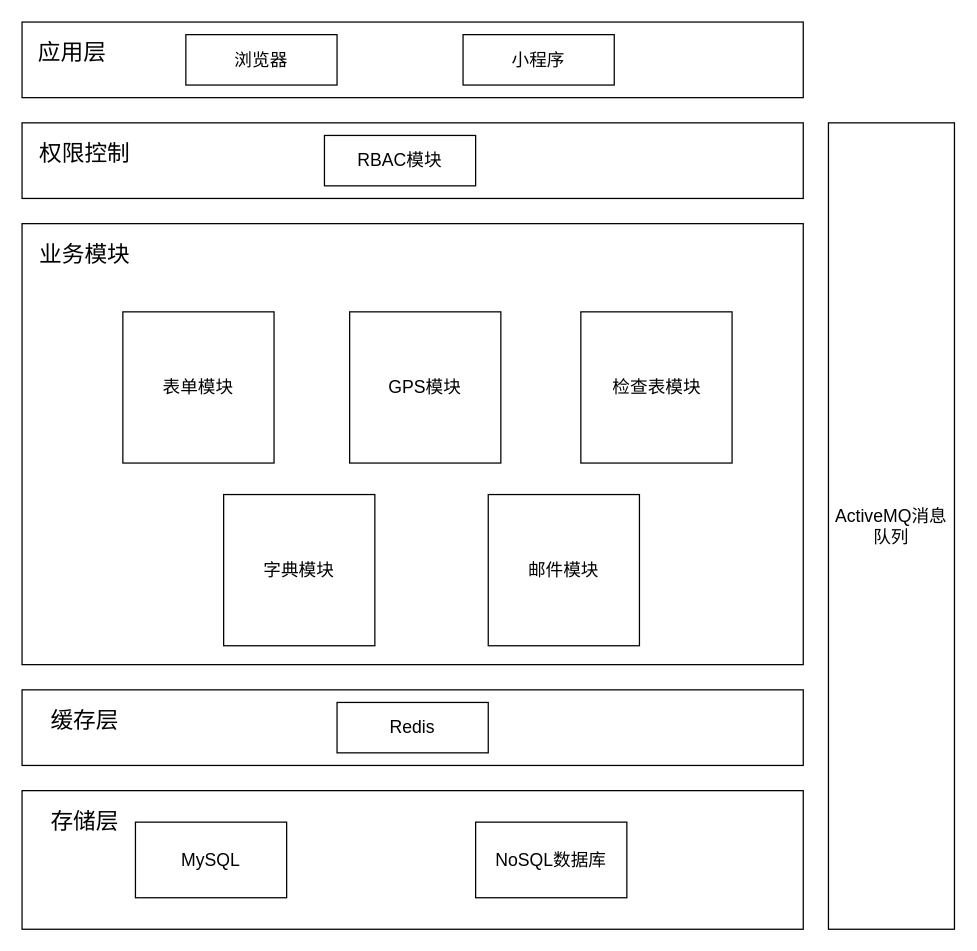
Earlier version of the draw.io diagram E6丰豪配送技术架构.drawio (FrankKirin/PM_works). Source tidied: cells renumbered, new cells numbered last; positions are measured from the earlier drawing's top-left corner, leaving out a move shared by most shapes. Both pictures are drawn from the tidied source at 126%, with x=0, y=0 at pixel (21, 21).
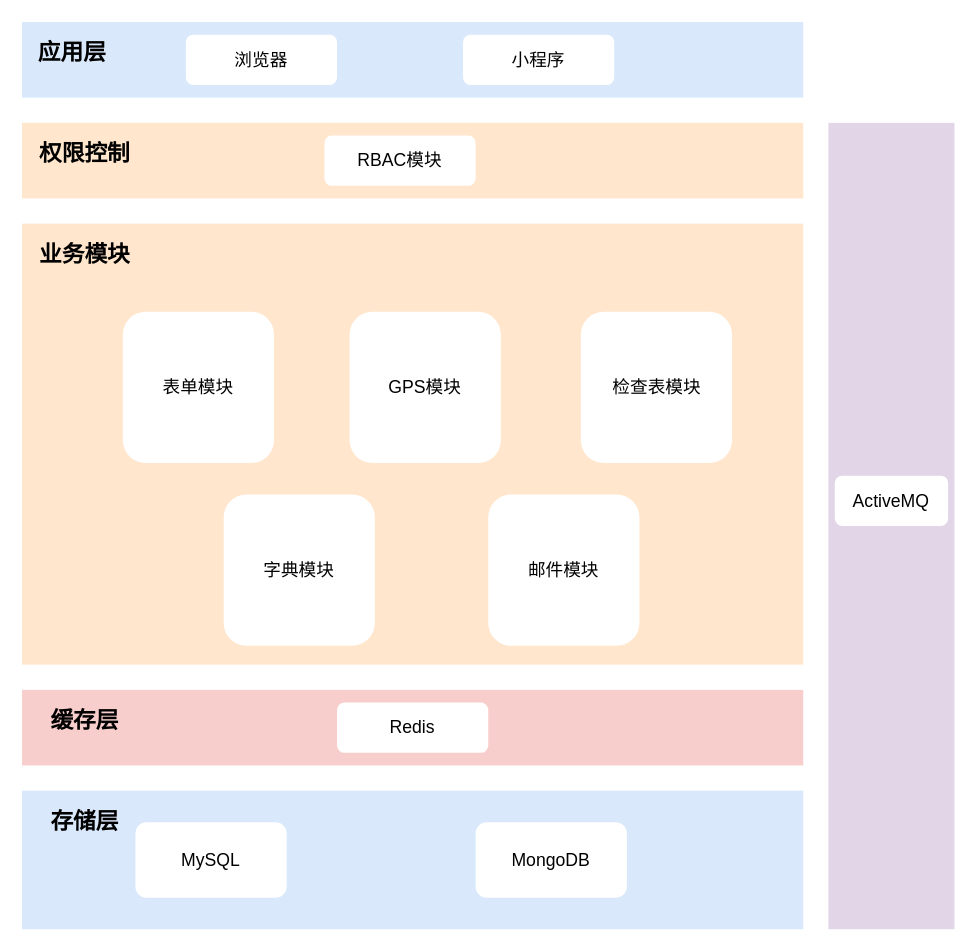
Above is the later version.

Commit message:
Update E6丰豪配送技术架构.drawio

Diff of the diagram source:
```diff
@@
-    <mxCell id="2" style="rounded=0;whiteSpace=wrap;html=1;fontSize=14;" parent="1" vertex="1">
+    <mxCell id="2" style="rounded=0;whiteSpace=wrap;html=1;fontSize=14;fillColor=#dae8fc;strokeColor=none;" parent="1" vertex="1">
       <mxGeometry width="620" height="60" as="geometry" />
     </mxCell>
-    <mxCell id="3" style="rounded=0;whiteSpace=wrap;html=1;fontSize=14;" parent="1" vertex="1">
+    <mxCell id="3" style="rounded=0;whiteSpace=wrap;html=1;fontSize=14;fillColor=#ffe6cc;strokeColor=none;" parent="1" vertex="1">
       <mxGeometry y="160" width="620" height="350" as="geometry" />
     </mxCell>
-    <mxCell id="4" value="GPS模块" style="whiteSpace=wrap;html=1;fontSize=14;" parent="1" vertex="1">
+    <mxCell id="4" value="GPS模块" style="whiteSpace=wrap;html=1;fontSize=14;strokeColor=none;rounded=1;" parent="1" vertex="1">
       <mxGeometry x="260" y="230" width="120" height="120" as="geometry" />
     </mxCell>
-    <mxCell id="5" value="检查表模块" style="whiteSpace=wrap;html=1;fontSize=14;" parent="1" vertex="1">
+    <mxCell id="5" value="检查表模块" style="whiteSpace=wrap;html=1;fontSize=14;strokeColor=none;rounded=1;" parent="1" vertex="1">
       <mxGeometry x="443.5" y="230" width="120" height="120" as="geometry" />
     </mxCell>
-    <mxCell id="6" value="表单模块" style="whiteSpace=wrap;html=1;gradientColor=none;fontSize=14;" parent="1" vertex="1">
+    <mxCell id="6" value="表单模块" style="whiteSpace=wrap;html=1;gradientColor=none;fontSize=14;strokeColor=none;rounded=1;" parent="1" vertex="1">
       <mxGeometry x="80" y="230" width="120" height="120" as="geometry" />
     </mxCell>
-    <mxCell id="7" value="字典模块" style="whiteSpace=wrap;html=1;fontSize=14;" parent="1" vertex="1">
+    <mxCell id="7" value="字典模块" style="whiteSpace=wrap;html=1;fontSize=14;strokeColor=none;rounded=1;" parent="1" vertex="1">
       <mxGeometry x="160" y="375" width="120" height="120" as="geometry" />
     </mxCell>
-    <mxCell id="8" value="邮件模块" style="whiteSpace=wrap;html=1;fontSize=14;" parent="1" vertex="1">
+    <mxCell id="8" value="邮件模块" style="whiteSpace=wrap;html=1;fontSize=14;strokeColor=none;rounded=1;" parent="1" vertex="1">
       <mxGeometry x="370" y="375" width="120" height="120" as="geometry" />
     </mxCell>
-    <mxCell id="9" style="rounded=0;whiteSpace=wrap;html=1;fontSize=14;" parent="1" vertex="1">
+    <mxCell id="9" style="rounded=0;whiteSpace=wrap;html=1;fontSize=14;fillColor=#ffe6cc;strokeColor=none;" parent="1" vertex="1">
       <mxGeometry y="80" width="620" height="60" as="geometry" />
     </mxCell>
-    <mxCell id="10" value="浏览器" style="rounded=0;whiteSpace=wrap;html=1;fontSize=14;" parent="1" vertex="1">
+    <mxCell id="10" value="浏览器" style="rounded=1;whiteSpace=wrap;html=1;fontSize=14;strokeColor=none;" parent="1" vertex="1">
       <mxGeometry x="130" y="10" width="120" height="40" as="geometry" />
     </mxCell>
-    <mxCell id="11" style="rounded=0;whiteSpace=wrap;html=1;fontSize=14;" parent="1" vertex="1">
+    <mxCell id="11" style="rounded=0;whiteSpace=wrap;html=1;fontSize=14;fillColor=#dae8fc;strokeColor=none;" parent="1" vertex="1">
       <mxGeometry y="610" width="620" height="110" as="geometry" />
     </mxCell>
-    <mxCell id="12" value="MySQL" style="rounded=0;whiteSpace=wrap;html=1;fontSize=14;" parent="1" vertex="1">
+    <mxCell id="12" value="MySQL" style="rounded=1;whiteSpace=wrap;html=1;fontSize=14;strokeColor=none;" parent="1" vertex="1">
       <mxGeometry x="90" y="635" width="120" height="60" as="geometry" />
     </mxCell>
-    <mxCell id="13" value="NoSQL数据库" style="rounded=0;whiteSpace=wrap;html=1;fontSize=14;" parent="1" vertex="1">
+    <mxCell id="13" value="MongoDB" style="rounded=1;whiteSpace=wrap;html=1;fontSize=14;strokeColor=none;" parent="1" vertex="1">
       <mxGeometry x="360" y="635" width="120" height="60" as="geometry" />
     </mxCell>
-    <mxCell id="14" value="权限控制" style="text;html=1;strokeColor=none;fillColor=none;align=center;verticalAlign=middle;whiteSpace=wrap;rounded=0;fontSize=18;" parent="1" vertex="1">
+    <mxCell id="14" value="权限控制" style="text;html=1;strokeColor=none;fillColor=none;align=center;verticalAlign=middle;whiteSpace=wrap;rounded=0;fontSize=18;fontStyle=1;" parent="1" vertex="1">
       <mxGeometry x="10" y="90" width="80" height="30" as="geometry" />
     </mxCell>
-    <mxCell id="15" value="业务模块" style="text;html=1;strokeColor=none;fillColor=none;align=center;verticalAlign=middle;whiteSpace=wrap;rounded=0;fontSize=18;" parent="1" vertex="1">
+    <mxCell id="15" value="业务模块" style="text;html=1;strokeColor=none;fillColor=none;align=center;verticalAlign=middle;whiteSpace=wrap;rounded=0;fontSize=18;fontStyle=1;" parent="1" vertex="1">
       <mxGeometry y="170" width="100" height="30" as="geometry" />
     </mxCell>
-    <mxCell id="16" style="rounded=0;whiteSpace=wrap;html=1;fontSize=14;" parent="1" vertex="1">
+    <mxCell id="16" style="rounded=0;whiteSpace=wrap;html=1;fontSize=14;fillColor=#f8cecc;strokeColor=none;" parent="1" vertex="1">
       <mxGeometry y="530" width="620" height="60" as="geometry" />
     </mxCell>
-    <mxCell id="17" value="Redis" style="rounded=0;whiteSpace=wrap;html=1;fontSize=14;" parent="1" vertex="1">
+    <mxCell id="17" value="Redis" style="rounded=1;whiteSpace=wrap;html=1;fontSize=14;strokeColor=none;" parent="1" vertex="1">
       <mxGeometry x="250" y="540" width="120" height="40" as="geometry" />
     </mxCell>
-    <mxCell id="18" value="缓存层" style="text;html=1;strokeColor=none;fillColor=none;align=center;verticalAlign=middle;whiteSpace=wrap;rounded=0;fontSize=18;" parent="1" vertex="1">
+    <mxCell id="18" value="缓存层" style="text;html=1;strokeColor=none;fillColor=none;align=center;verticalAlign=middle;whiteSpace=wrap;rounded=0;fontSize=18;fontStyle=1;" parent="1" vertex="1">
       <mxGeometry x="10" y="540" width="80" height="30" as="geometry" />
     </mxCell>
-    <mxCell id="19" value="存储层" style="text;html=1;strokeColor=none;fillColor=none;align=center;verticalAlign=middle;whiteSpace=wrap;rounded=0;fontSize=18;" parent="1" vertex="1">
+    <mxCell id="19" value="存储层" style="text;html=1;strokeColor=none;fillColor=none;align=center;verticalAlign=middle;whiteSpace=wrap;rounded=0;fontSize=18;fontStyle=1;" parent="1" vertex="1">
       <mxGeometry x="10" y="620" width="80" height="30" as="geometry" />
     </mxCell>
-    <mxCell id="20" value="ActiveMQ消息队列" style="rounded=0;whiteSpace=wrap;html=1;fontSize=14;gradientColor=none;" parent="1" vertex="1">
+    <mxCell id="20" style="rounded=0;whiteSpace=wrap;html=1;fontSize=14;fillColor=#e1d5e7;strokeColor=none;" parent="1" vertex="1">
       <mxGeometry x="640" y="80" width="100" height="640" as="geometry" />
     </mxCell>
-    <mxCell id="21" value="小程序" style="rounded=0;whiteSpace=wrap;html=1;fontSize=14;" parent="1" vertex="1">
+    <mxCell id="21" value="小程序" style="rounded=1;whiteSpace=wrap;html=1;fontSize=14;strokeColor=none;" parent="1" vertex="1">
       <mxGeometry x="350" y="10" width="120" height="40" as="geometry" />
     </mxCell>
-    <mxCell id="22" value="应用层" style="text;html=1;strokeColor=none;fillColor=none;align=center;verticalAlign=middle;whiteSpace=wrap;rounded=0;fontSize=18;" parent="1" vertex="1">
+    <mxCell id="22" value="应用层" style="text;html=1;strokeColor=none;fillColor=none;align=center;verticalAlign=middle;whiteSpace=wrap;rounded=0;fontSize=18;fontStyle=1;" parent="1" vertex="1">
       <mxGeometry y="10" width="80" height="30" as="geometry" />
     </mxCell>
-    <mxCell id="23" value="RBAC模块" style="rounded=0;whiteSpace=wrap;html=1;fontSize=14;" parent="1" vertex="1">
+    <mxCell id="23" value="RBAC模块" style="rounded=1;whiteSpace=wrap;html=1;fontSize=14;strokeColor=none;" parent="1" vertex="1">
       <mxGeometry x="240" y="90" width="120" height="40" as="geometry" />
     </mxCell>
+    <mxCell id="24" value="ActiveMQ" style="rounded=1;whiteSpace=wrap;html=1;fontSize=14;strokeColor=none;" parent="1" vertex="1">
+      <mxGeometry x="645" y="360" width="90" height="40" as="geometry" />
+    </mxCell>
```
